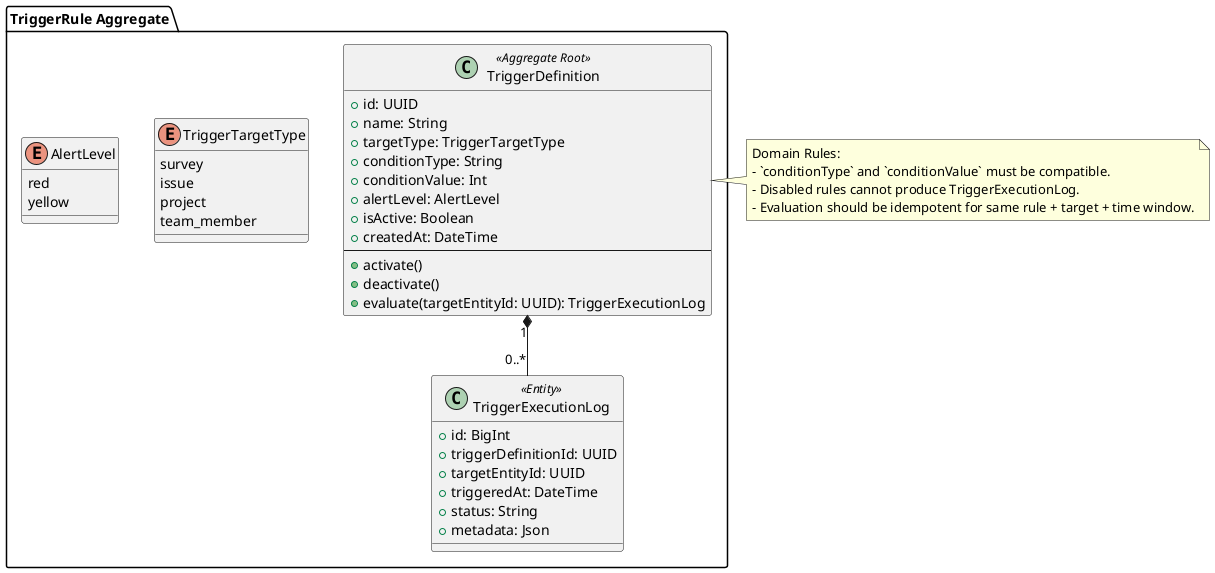
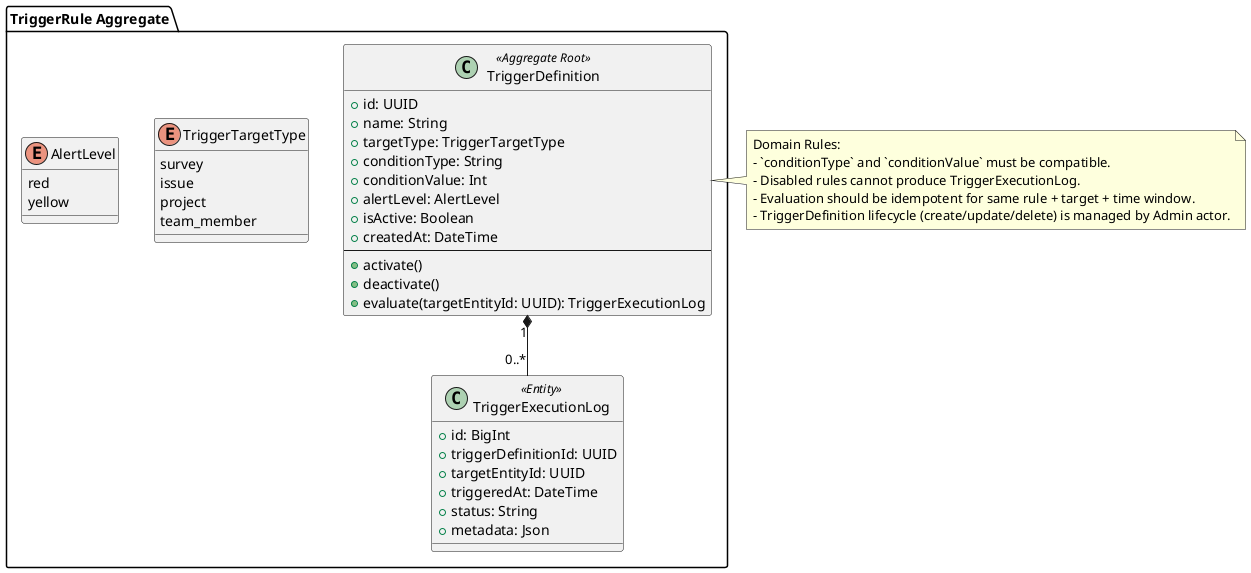
@startuml
package "TriggerRule Aggregate" {

  class TriggerDefinition <<Aggregate Root>> {
    +id: UUID
    +name: String
    +targetType: TriggerTargetType
    +conditionType: String
    +conditionValue: Int
    +alertLevel: AlertLevel
    +isActive: Boolean
    +createdAt: DateTime
    --
    +activate()
    +deactivate()
    +evaluate(targetEntityId: UUID): TriggerExecutionLog
  }

  enum TriggerTargetType {
    survey
    issue
    project
    team_member
  }

  enum AlertLevel {
    red
    yellow
  }

  class TriggerExecutionLog <<Entity>> {
    +id: BigInt
    +triggerDefinitionId: UUID
    +targetEntityId: UUID
    +triggeredAt: DateTime
    +status: String
    +metadata: Json
  }

  TriggerDefinition "1" *-- "0..*" TriggerExecutionLog
}

note right of TriggerDefinition
Domain Rules:
- `conditionType` and `conditionValue` must be compatible.
- Disabled rules cannot produce TriggerExecutionLog.
- Evaluation should be idempotent for same rule + target + time window.
+ - TriggerDefinition lifecycle (create/update/delete) is managed by Admin actor.
end note

@enduml